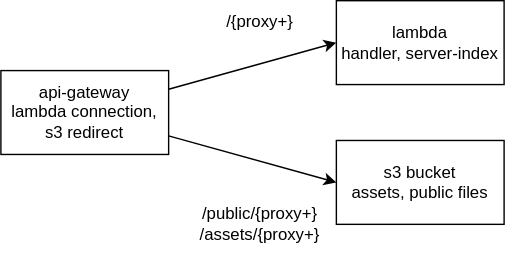
This is public/diagram.drawio.svg from abdulghani/bare-remix-cdk-lambda, a draw.io export, as it was before one commit. Source tidied: cells renumbered, new cells last; positions are measured from the earlier drawing's top-left corner, leaving out a move shared by most shapes. The source it was exported from:
```xml
<mxGraphModel>
  <root>
    <mxCell id="0" />
    <mxCell id="1" parent="0" />
    <mxCell id="2" value="lambda&lt;br&gt;handler, server-index" style="whiteSpace=wrap;html=1;" parent="1" vertex="1">
      <mxGeometry x="240" width="120" height="60" as="geometry" />
    </mxCell>
    <mxCell id="3" value="s3 bucket&lt;br&gt;assets, public files" style="whiteSpace=wrap;html=1;" parent="1" vertex="1">
      <mxGeometry x="240" y="100" width="120" height="60" as="geometry" />
    </mxCell>
    <mxCell id="4" style="edgeStyle=none;html=1;entryX=0;entryY=0.5;entryDx=0;entryDy=0;" parent="1" edge="1" source="6" target="2">
      <mxGeometry relative="1" as="geometry" />
    </mxCell>
    <mxCell id="5" style="edgeStyle=none;html=1;entryX=0;entryY=0.5;entryDx=0;entryDy=0;" parent="1" edge="1" source="6" target="3">
      <mxGeometry relative="1" as="geometry" />
    </mxCell>
    <mxCell id="6" value="api-gateway&lt;br&gt;lambda connection, s3 redirect" style="whiteSpace=wrap;html=1;" parent="1" vertex="1">
      <mxGeometry y="50" width="120" height="60" as="geometry" />
    </mxCell>
    <mxCell id="7" value="/public/{proxy+}&lt;br&gt;/assets/{proxy+}" style="text;html=1;align=center;verticalAlign=middle;strokeColor=none;fillColor=none;" parent="1" vertex="1">
      <mxGeometry x="130" y="140" width="110" height="40" as="geometry" />
    </mxCell>
    <mxCell id="8" value="/{proxy+}" style="text;html=1;align=center;verticalAlign=middle;strokeColor=none;fillColor=none;" parent="1" vertex="1">
      <mxGeometry x="150" width="70" height="30" as="geometry" />
    </mxCell>
  </root>
</mxGraphModel>
```
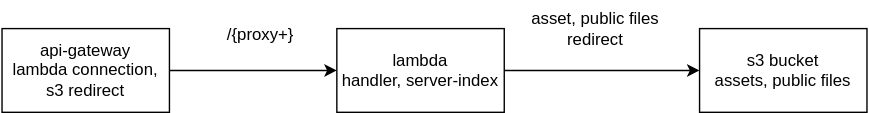
After the change.

Change to the diagram source:
```diff
@@ -2,26 +2,26 @@
   <root>
     <mxCell id="0" />
     <mxCell id="1" parent="0" />
+    <mxCell id="9" style="edgeStyle=none;html=1;entryX=0;entryY=0.5;entryDx=0;entryDy=0;" parent="1" edge="1" source="2" target="3">
+      <mxGeometry relative="1" as="geometry" />
+    </mxCell>
     <mxCell id="2" value="lambda&lt;br&gt;handler, server-index" style="whiteSpace=wrap;html=1;" parent="1" vertex="1">
-      <mxGeometry x="240" width="120" height="60" as="geometry" />
+      <mxGeometry x="240" y="50" width="120" height="60" as="geometry" />
     </mxCell>
     <mxCell id="3" value="s3 bucket&lt;br&gt;assets, public files" style="whiteSpace=wrap;html=1;" parent="1" vertex="1">
-      <mxGeometry x="240" y="100" width="120" height="60" as="geometry" />
+      <mxGeometry x="500" y="50" width="120" height="60" as="geometry" />
     </mxCell>
     <mxCell id="4" style="edgeStyle=none;html=1;entryX=0;entryY=0.5;entryDx=0;entryDy=0;" parent="1" edge="1" source="6" target="2">
       <mxGeometry relative="1" as="geometry" />
     </mxCell>
-    <mxCell id="5" style="edgeStyle=none;html=1;entryX=0;entryY=0.5;entryDx=0;entryDy=0;" parent="1" edge="1" source="6" target="3">
-      <mxGeometry relative="1" as="geometry" />
-    </mxCell>
     <mxCell id="6" value="api-gateway&lt;br&gt;lambda connection, s3 redirect" style="whiteSpace=wrap;html=1;" parent="1" vertex="1">
       <mxGeometry y="50" width="120" height="60" as="geometry" />
     </mxCell>
-    <mxCell id="7" value="/public/{proxy+}&lt;br&gt;/assets/{proxy+}" style="text;html=1;align=center;verticalAlign=middle;strokeColor=none;fillColor=none;" parent="1" vertex="1">
-      <mxGeometry x="130" y="140" width="110" height="40" as="geometry" />
+    <mxCell id="7" value="asset, public files&lt;br&gt;redirect" style="text;html=1;align=center;verticalAlign=middle;strokeColor=none;fillColor=none;" parent="1" vertex="1">
+      <mxGeometry x="370" y="30" width="110" height="40" as="geometry" />
     </mxCell>
     <mxCell id="8" value="/{proxy+}" style="text;html=1;align=center;verticalAlign=middle;strokeColor=none;fillColor=none;" parent="1" vertex="1">
-      <mxGeometry x="150" width="70" height="30" as="geometry" />
+      <mxGeometry x="150" y="40" width="70" height="30" as="geometry" />
     </mxCell>
   </root>
 </mxGraphModel>
```
